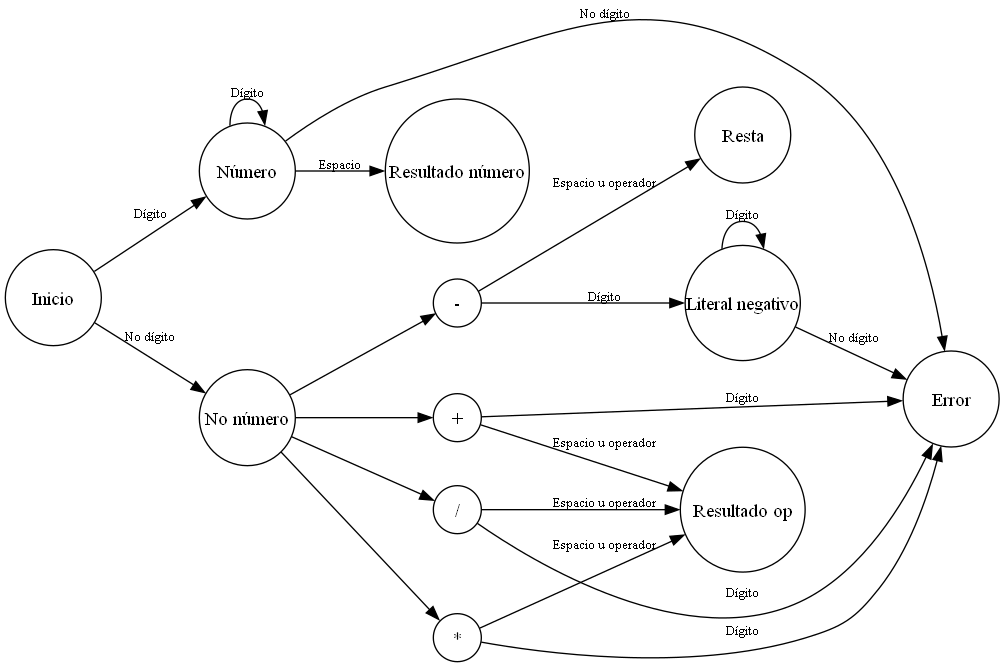
SebaR1/Tp-SSL-Equipo1-2023 keeps this Graphviz diagram as PolCalc/maquinadeestado.png. Above is the earlier version. Its source is kept beside it as PolCalc/maquinadeestado.gv. Source of this version:
```dot
digraph G {

node [shape=circle];
rankdir=LR;

I [label="Inicio",fixedsize="true",width=1, height=0.8];
Num [label="Número",fixedsize="true", width=1, height=0.8];
Nonum[label="No número",fixedsize="true", width=1, height=0.8];
Err [label="Error",fixedsize="true",width=1, height=0.8];
mas [label="+",fixedsize="true"];
por [label="*",fixedsize="true"];
div [label="/",fixedsize="true"];
res [label="-",fixedsize="true"];
Lit [label="Literal negativo",fixedsize="true", width=1.2, height=0.8];
Resta [label="Resta",fixedsize="true",width=1, height=0.8];
ResultNum [label="Resultado número",fixedsize="true",width=1.5, height=0.8];
ResultOp [label="Resultado op",fixedsize="true",width=1.3, height=0.8];

I -> Num [label="Dígito", fontsize="10"];
Num -> Err [label = "No dígito", labeldistance="1" , fontsize="10"];
Num -> Num [label = "Dígito", labeldistance="1" ,fontsize="10"];
I -> Nonum [label = "No dígito" ,fontsize="10"];
Nonum -> mas []
Nonum -> por []
Nonum -> div []
Nonum -> res []
res -> Lit [label = "Dígito" ,fontsize="10"]
res -> Resta [label = "Espacio u operador" ,fontsize="10"]
mas -> Err [label = "Dígito",fontsize="10"]
por -> Err [label = "Dígito",fontsize="10"]
div -> Err [label = "Dígito",fontsize="10"]
Lit -> Err [label = "No dígito",fontsize="10"]
Lit -> Lit [label = "Dígito", labeldistance="1" ,fontsize="10"];
Num -> ResultNum [label = "Espacio",fontsize="10"]

mas -> ResultOp [label = "Espacio u operador",fontsize="10"]
por -> ResultOp [label = "Espacio u operador",fontsize="10"]
div -> ResultOp [label = "Espacio u operador",fontsize="10"]


}
```
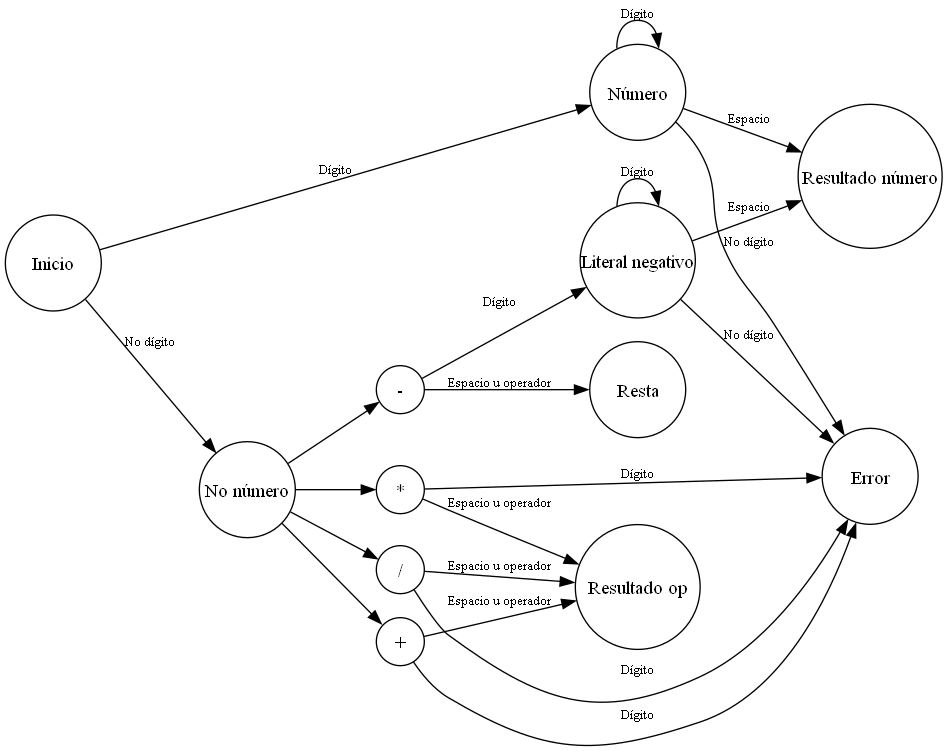
The same diagram one commit later.

Diff of the diagram source:
```diff
@@ -36,6 +36,8 @@
 mas -> ResultOp [label = "Espacio u operador",fontsize="10"]
 por -> ResultOp [label = "Espacio u operador",fontsize="10"]
 div -> ResultOp [label = "Espacio u operador",fontsize="10"]
+Lit -> ResultNum [label = "Espacio",fontsize="10"]
+
 
 
 }
```
